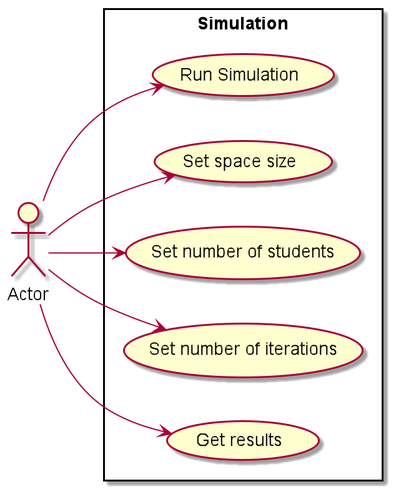
Before: diagrams/usecase-actor.png, a diagram exported from PlantUML (bauerkamil/hogwartSim). Source of this version:
```plantuml
@startuml

left to right direction
actor Actor
rectangle Simulation {
  usecase "Run Simulation" as UC1
  usecase "Set space size" as UC2
  usecase "Set number of students" as UC3
  usecase "Set number of iterations" as UC4
  usecase "Get results" as UC5
}
Actor --> UC1
Actor --> UC2
Actor --> UC3
Actor --> UC4
Actor --> UC5
@enduml
```
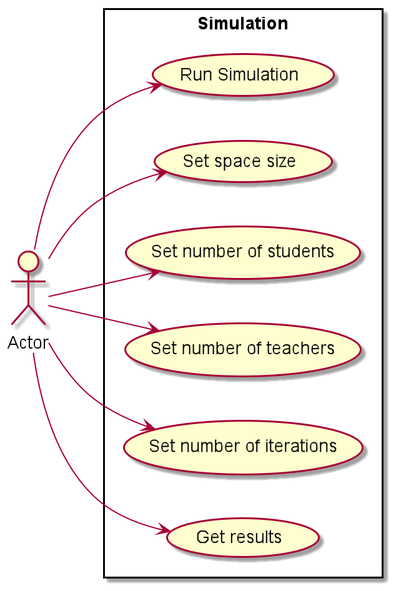
The same diagram one commit later.

Diff of the diagram source:
```diff
@@ -6,12 +6,14 @@
   usecase "Run Simulation" as UC1
   usecase "Set space size" as UC2
   usecase "Set number of students" as UC3
+  usecase "Set number of teachers" as UC6
   usecase "Set number of iterations" as UC4
   usecase "Get results" as UC5
 }
 Actor --> UC1
 Actor --> UC2
 Actor --> UC3
+Actor --> UC6
 Actor --> UC4
 Actor --> UC5
 @enduml
```
